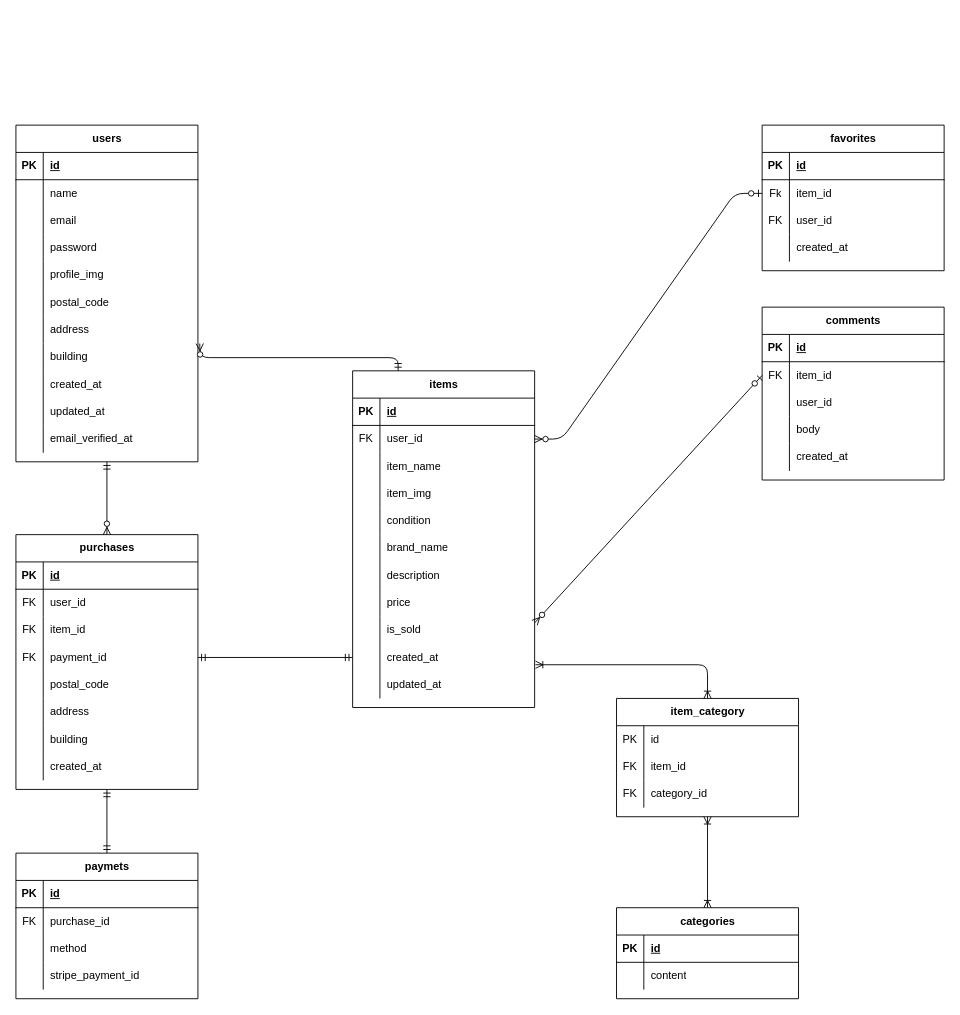
Before: flea-market-app.dio in hosokawauso/flea-market-app, a draw.io diagram. Source tidied: cells renumbered, new cells numbered last; positions are measured from the earlier drawing's top-left corner, leaving out a move shared by most shapes. Both pictures are drawn from the tidied source at 91%, with x=0, y=0 at pixel (15, 125).
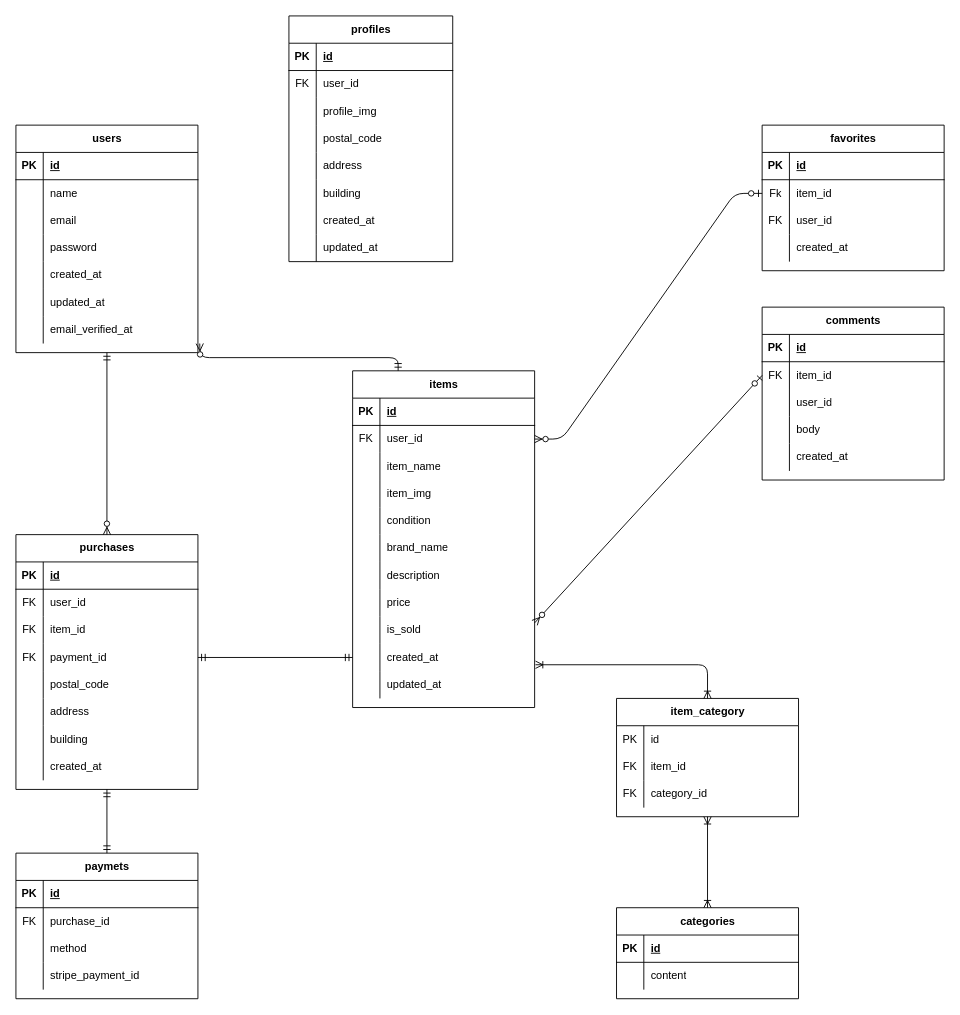
The same page after the edit.

The edit, as a diff of the source:
```diff
@@
     <mxCell id="22" value="users" style="shape=table;startSize=30;childLayout=tableLayout;rowLines=0;fontStyle=1;align=center;html=1;" parent="1" vertex="1">
-      <mxGeometry width="200" height="370" as="geometry" />
+      <mxGeometry width="200" height="250" as="geometry" />
     </mxCell>
@@
-    <mxCell id="35" style="shape=tableRow;horizontal=0;startSize=0;swimlaneHead=0;swimlaneBody=0;fillColor=none;top=0;left=0;right=0;bottom=0;" parent="22" vertex="1">
-      <mxGeometry y="150" width="200" height="30" as="geometry" />
-    </mxCell>
-    <mxCell id="36" style="shape=partialRectangle;fillColor=none;top=0;left=0;bottom=0;right=0;overflow=hidden;whiteSpace=wrap;html=1;" parent="35" vertex="1">
-      <mxGeometry width="30" height="30" as="geometry" />
-    </mxCell>
-    <mxCell id="37" value="profile_img" style="shape=partialRectangle;fillColor=none;top=0;left=0;bottom=0;right=0;align=left;spacingLeft=6;overflow=hidden;whiteSpace=wrap;html=1;" parent="35" vertex="1">
-      <mxGeometry x="30" width="170" height="30" as="geometry" />
-    </mxCell>
-    <mxCell id="38" style="shape=tableRow;horizontal=0;startSize=0;swimlaneHead=0;swimlaneBody=0;fillColor=none;top=0;left=0;right=0;bottom=0;" parent="22" vertex="1">
-      <mxGeometry y="180" width="200" height="30" as="geometry" />
-    </mxCell>
-    <mxCell id="39" style="shape=partialRectangle;fillColor=none;top=0;left=0;bottom=0;right=0;overflow=hidden;whiteSpace=wrap;html=1;" parent="38" vertex="1">
-      <mxGeometry width="30" height="30" as="geometry" />
-    </mxCell>
-    <mxCell id="40" value="postal_code" style="shape=partialRectangle;fillColor=none;top=0;left=0;bottom=0;right=0;align=left;spacingLeft=6;overflow=hidden;whiteSpace=wrap;html=1;" parent="38" vertex="1">
-      <mxGeometry x="30" width="170" height="30" as="geometry" />
-    </mxCell>
-    <mxCell id="41" style="shape=tableRow;horizontal=0;startSize=0;swimlaneHead=0;swimlaneBody=0;fillColor=none;top=0;left=0;right=0;bottom=0;" parent="22" vertex="1">
-      <mxGeometry y="210" width="200" height="30" as="geometry" />
-    </mxCell>
-    <mxCell id="42" style="shape=partialRectangle;fillColor=none;top=0;left=0;bottom=0;right=0;overflow=hidden;whiteSpace=wrap;html=1;" parent="41" vertex="1">
-      <mxGeometry width="30" height="30" as="geometry" />
-    </mxCell>
-    <mxCell id="43" value="address" style="shape=partialRectangle;fillColor=none;top=0;left=0;bottom=0;right=0;align=left;spacingLeft=6;overflow=hidden;whiteSpace=wrap;html=1;" parent="41" vertex="1">
-      <mxGeometry x="30" width="170" height="30" as="geometry" />
-    </mxCell>
-    <mxCell id="44" style="shape=tableRow;horizontal=0;startSize=0;swimlaneHead=0;swimlaneBody=0;fillColor=none;top=0;left=0;right=0;bottom=0;" parent="22" vertex="1">
-      <mxGeometry y="240" width="200" height="30" as="geometry" />
-    </mxCell>
-    <mxCell id="45" style="shape=partialRectangle;fillColor=none;top=0;left=0;bottom=0;right=0;overflow=hidden;whiteSpace=wrap;html=1;" parent="44" vertex="1">
-      <mxGeometry width="30" height="30" as="geometry" />
-    </mxCell>
-    <mxCell id="46" value="building" style="shape=partialRectangle;fillColor=none;top=0;left=0;bottom=0;right=0;align=left;spacingLeft=6;overflow=hidden;whiteSpace=wrap;html=1;" parent="44" vertex="1">
-      <mxGeometry x="30" width="170" height="30" as="geometry" />
-    </mxCell>
     <mxCell id="47" style="shape=tableRow;horizontal=0;startSize=0;swimlaneHead=0;swimlaneBody=0;fillColor=none;top=0;left=0;right=0;bottom=0;" parent="22" vertex="1">
-      <mxGeometry y="270" width="200" height="30" as="geometry" />
+      <mxGeometry y="150" width="200" height="30" as="geometry" />
     </mxCell>
@@
     <mxCell id="50" style="shape=tableRow;horizontal=0;startSize=0;swimlaneHead=0;swimlaneBody=0;fillColor=none;top=0;left=0;right=0;bottom=0;" parent="22" vertex="1">
-      <mxGeometry y="300" width="200" height="30" as="geometry" />
+      <mxGeometry y="180" width="200" height="30" as="geometry" />
     </mxCell>
@@
     <mxCell id="53" style="shape=tableRow;horizontal=0;startSize=0;swimlaneHead=0;swimlaneBody=0;fillColor=none;top=0;left=0;right=0;bottom=0;" parent="22" vertex="1">
-      <mxGeometry y="330" width="200" height="30" as="geometry" />
+      <mxGeometry y="210" width="200" height="30" as="geometry" />
     </mxCell>
@@
+    <mxCell id="162" value="profiles" style="shape=table;startSize=30;childLayout=tableLayout;rowLines=0;fontStyle=1;align=center;html=1;" parent="1" vertex="1">
+      <mxGeometry x="300" y="-120" width="180" height="270" as="geometry" />
+    </mxCell>
+    <mxCell id="163" style="shape=tableRow;horizontal=0;startSize=0;swimlaneHead=0;swimlaneBody=0;fillColor=none;top=0;left=0;right=0;bottom=1;" parent="162" vertex="1">
+      <mxGeometry y="30" width="180" height="30" as="geometry" />
+    </mxCell>
+    <mxCell id="164" value="PK" style="shape=partialRectangle;fillColor=none;top=0;left=0;bottom=0;right=0;fontStyle=1;overflow=hidden;whiteSpace=wrap;html=1;" parent="163" vertex="1">
+      <mxGeometry width="30" height="30" as="geometry" />
+    </mxCell>
+    <mxCell id="165" value="id" style="shape=partialRectangle;fillColor=none;top=0;left=0;bottom=0;right=0;align=left;spacingLeft=6;fontStyle=5;overflow=hidden;whiteSpace=wrap;html=1;" parent="163" vertex="1">
+      <mxGeometry x="30" width="150" height="30" as="geometry" />
+    </mxCell>
+    <mxCell id="166" style="shape=tableRow;horizontal=0;startSize=0;swimlaneHead=0;swimlaneBody=0;fillColor=none;top=0;left=0;right=0;bottom=0;" parent="162" vertex="1">
+      <mxGeometry y="60" width="180" height="30" as="geometry" />
+    </mxCell>
+    <mxCell id="167" value="FK" style="shape=partialRectangle;fillColor=none;top=0;left=0;bottom=0;right=0;overflow=hidden;whiteSpace=wrap;html=1;" parent="166" vertex="1">
+      <mxGeometry width="30" height="30" as="geometry" />
+    </mxCell>
+    <mxCell id="168" value="user_id" style="shape=partialRectangle;fillColor=none;top=0;left=0;bottom=0;right=0;align=left;spacingLeft=6;overflow=hidden;whiteSpace=wrap;html=1;" parent="166" vertex="1">
+      <mxGeometry x="30" width="150" height="30" as="geometry" />
+    </mxCell>
+    <mxCell id="169" style="shape=tableRow;horizontal=0;startSize=0;swimlaneHead=0;swimlaneBody=0;fillColor=none;top=0;left=0;right=0;bottom=0;" parent="162" vertex="1">
+      <mxGeometry y="90" width="180" height="30" as="geometry" />
+    </mxCell>
+    <mxCell id="170" style="shape=partialRectangle;fillColor=none;top=0;left=0;bottom=0;right=0;overflow=hidden;whiteSpace=wrap;html=1;" parent="169" vertex="1">
+      <mxGeometry width="30" height="30" as="geometry" />
+    </mxCell>
+    <mxCell id="37" value="profile_img" style="shape=partialRectangle;fillColor=none;top=0;left=0;bottom=0;right=0;align=left;spacingLeft=6;overflow=hidden;whiteSpace=wrap;html=1;" parent="169" vertex="1">
+      <mxGeometry x="30" width="150" height="30" as="geometry" />
+    </mxCell>
+    <mxCell id="171" style="shape=tableRow;horizontal=0;startSize=0;swimlaneHead=0;swimlaneBody=0;fillColor=none;top=0;left=0;right=0;bottom=0;" parent="162" vertex="1">
+      <mxGeometry y="120" width="180" height="30" as="geometry" />
+    </mxCell>
+    <mxCell id="172" style="shape=partialRectangle;fillColor=none;top=0;left=0;bottom=0;right=0;overflow=hidden;whiteSpace=wrap;html=1;" parent="171" vertex="1">
+      <mxGeometry width="30" height="30" as="geometry" />
+    </mxCell>
+    <mxCell id="40" value="postal_code" style="shape=partialRectangle;fillColor=none;top=0;left=0;bottom=0;right=0;align=left;spacingLeft=6;overflow=hidden;whiteSpace=wrap;html=1;" parent="171" vertex="1">
+      <mxGeometry x="30" width="150" height="30" as="geometry" />
+    </mxCell>
+    <mxCell id="173" style="shape=tableRow;horizontal=0;startSize=0;swimlaneHead=0;swimlaneBody=0;fillColor=none;top=0;left=0;right=0;bottom=0;" parent="162" vertex="1">
+      <mxGeometry y="150" width="180" height="30" as="geometry" />
+    </mxCell>
+    <mxCell id="174" style="shape=partialRectangle;fillColor=none;top=0;left=0;bottom=0;right=0;overflow=hidden;whiteSpace=wrap;html=1;" parent="173" vertex="1">
+      <mxGeometry width="30" height="30" as="geometry" />
+    </mxCell>
+    <mxCell id="43" value="address" style="shape=partialRectangle;fillColor=none;top=0;left=0;bottom=0;right=0;align=left;spacingLeft=6;overflow=hidden;whiteSpace=wrap;html=1;" parent="173" vertex="1">
+      <mxGeometry x="30" width="150" height="30" as="geometry" />
+    </mxCell>
+    <mxCell id="175" style="shape=tableRow;horizontal=0;startSize=0;swimlaneHead=0;swimlaneBody=0;fillColor=none;top=0;left=0;right=0;bottom=0;" parent="162" vertex="1">
+      <mxGeometry y="180" width="180" height="30" as="geometry" />
+    </mxCell>
+    <mxCell id="176" style="shape=partialRectangle;fillColor=none;top=0;left=0;bottom=0;right=0;overflow=hidden;whiteSpace=wrap;html=1;" parent="175" vertex="1">
+      <mxGeometry width="30" height="30" as="geometry" />
+    </mxCell>
+    <mxCell id="46" value="building" style="shape=partialRectangle;fillColor=none;top=0;left=0;bottom=0;right=0;align=left;spacingLeft=6;overflow=hidden;whiteSpace=wrap;html=1;" parent="175" vertex="1">
+      <mxGeometry x="30" width="150" height="30" as="geometry" />
+    </mxCell>
+    <mxCell id="177" style="shape=tableRow;horizontal=0;startSize=0;swimlaneHead=0;swimlaneBody=0;fillColor=none;top=0;left=0;right=0;bottom=0;" parent="162" vertex="1">
+      <mxGeometry y="210" width="180" height="30" as="geometry" />
+    </mxCell>
+    <mxCell id="178" style="shape=partialRectangle;fillColor=none;top=0;left=0;bottom=0;right=0;overflow=hidden;whiteSpace=wrap;html=1;" parent="177" vertex="1">
+      <mxGeometry width="30" height="30" as="geometry" />
+    </mxCell>
+    <mxCell id="179" value="created_at" style="shape=partialRectangle;fillColor=none;top=0;left=0;bottom=0;right=0;align=left;spacingLeft=6;overflow=hidden;whiteSpace=wrap;html=1;" parent="177" vertex="1">
+      <mxGeometry x="30" width="150" height="30" as="geometry" />
+    </mxCell>
+    <mxCell id="180" style="shape=tableRow;horizontal=0;startSize=0;swimlaneHead=0;swimlaneBody=0;fillColor=none;top=0;left=0;right=0;bottom=0;" parent="162" vertex="1">
+      <mxGeometry y="240" width="180" height="30" as="geometry" />
+    </mxCell>
+    <mxCell id="181" style="shape=partialRectangle;fillColor=none;top=0;left=0;bottom=0;right=0;overflow=hidden;whiteSpace=wrap;html=1;" parent="180" vertex="1">
+      <mxGeometry width="30" height="30" as="geometry" />
+    </mxCell>
+    <mxCell id="182" value="updated_at" style="shape=partialRectangle;fillColor=none;top=0;left=0;bottom=0;right=0;align=left;spacingLeft=6;overflow=hidden;whiteSpace=wrap;html=1;" parent="180" vertex="1">
+      <mxGeometry x="30" width="150" height="30" as="geometry" />
+    </mxCell>
```
